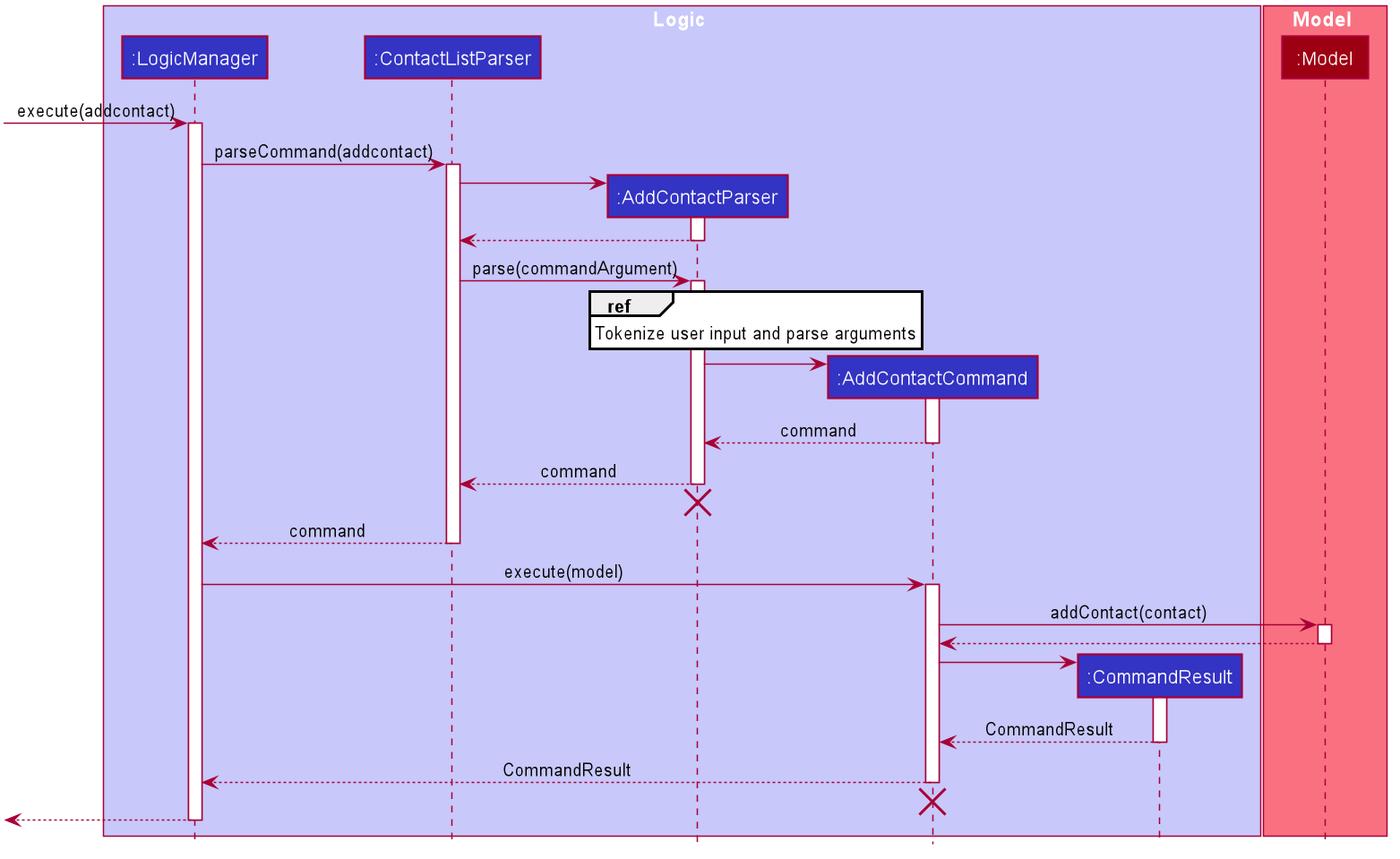
Above: docs/images/Contact/AddContactSequenceDiagram.png in nus-cs2103-AY2021S1/tp (PlantUML), before the change.
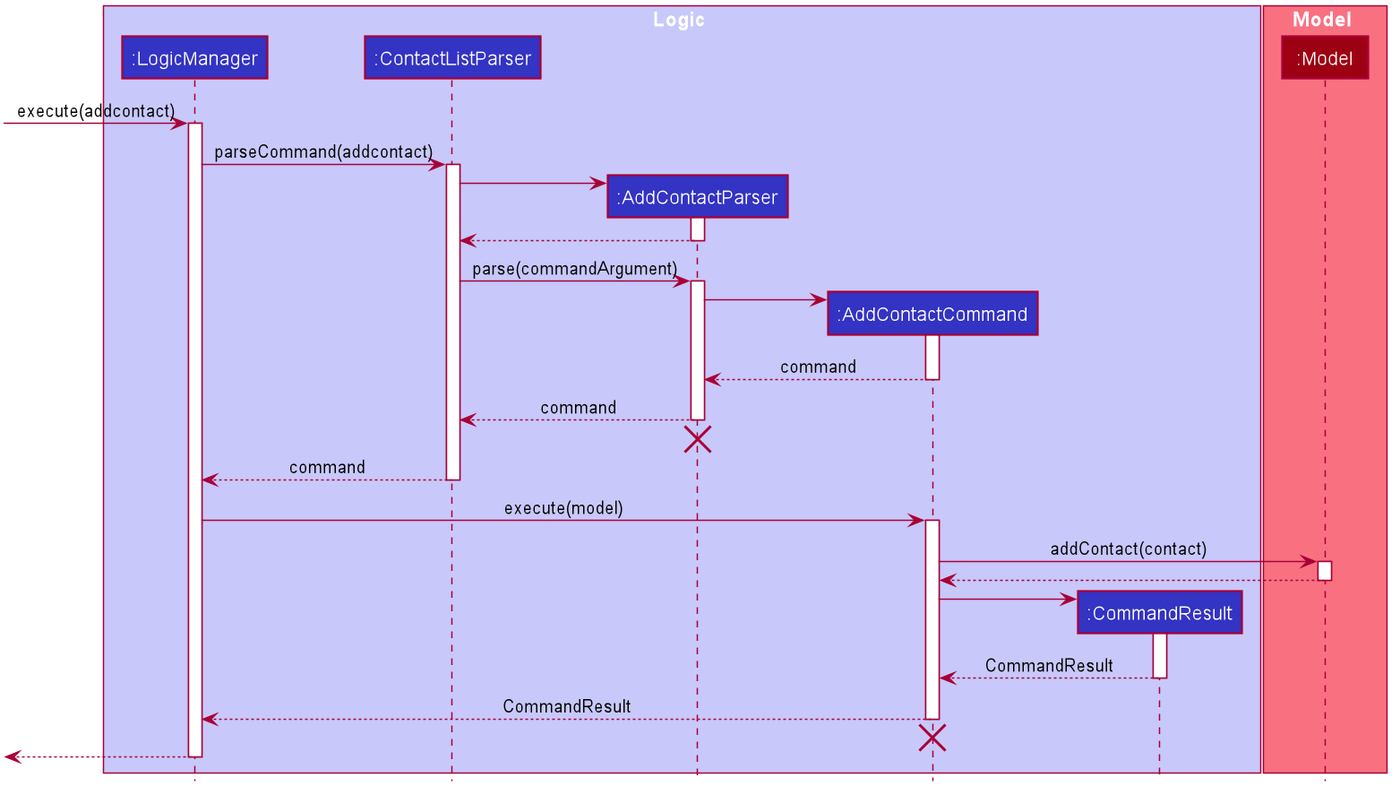
Above is the later version.

Commit message:
Create sequence diagram for delete contact command

Diff of the diagram source:
```diff
@@ -76,8 +76,6 @@
 ContactListParser -> AddContactParser :parse(commandArgument)
 activate AddContactParser
 
-ref over AddContactParser: Tokenize user input and parse arguments
-
 create AddContactCommand
 AddContactParser -> AddContactCommand
 activate AddContactCommand
```
